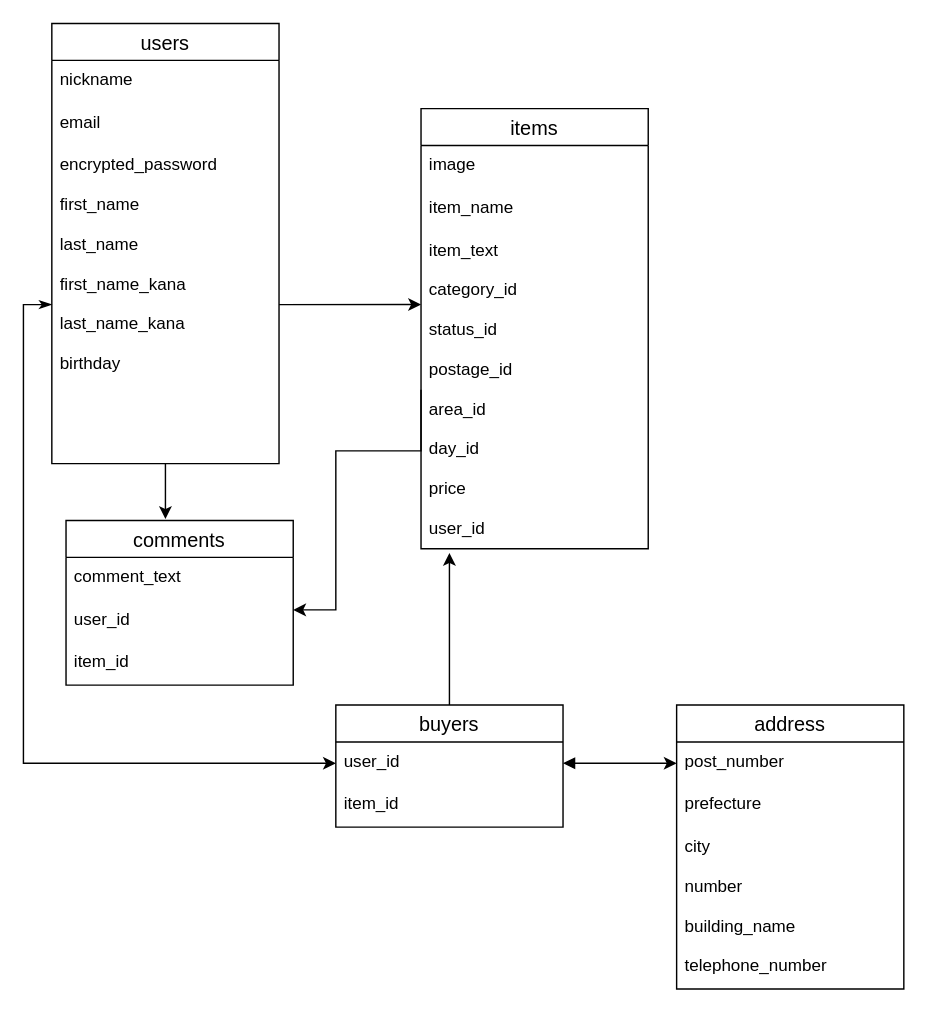
The draw.io diagram ER.dio in iwamottyan/furima-35510, before the edit. Source tidied: cells renumbered, new cells numbered last; positions are measured from the earlier drawing's top-left corner, leaving out a move shared by most shapes. Both pictures are drawn from the tidied source at 142%, with x=0, y=0 at pixel (23, 23).
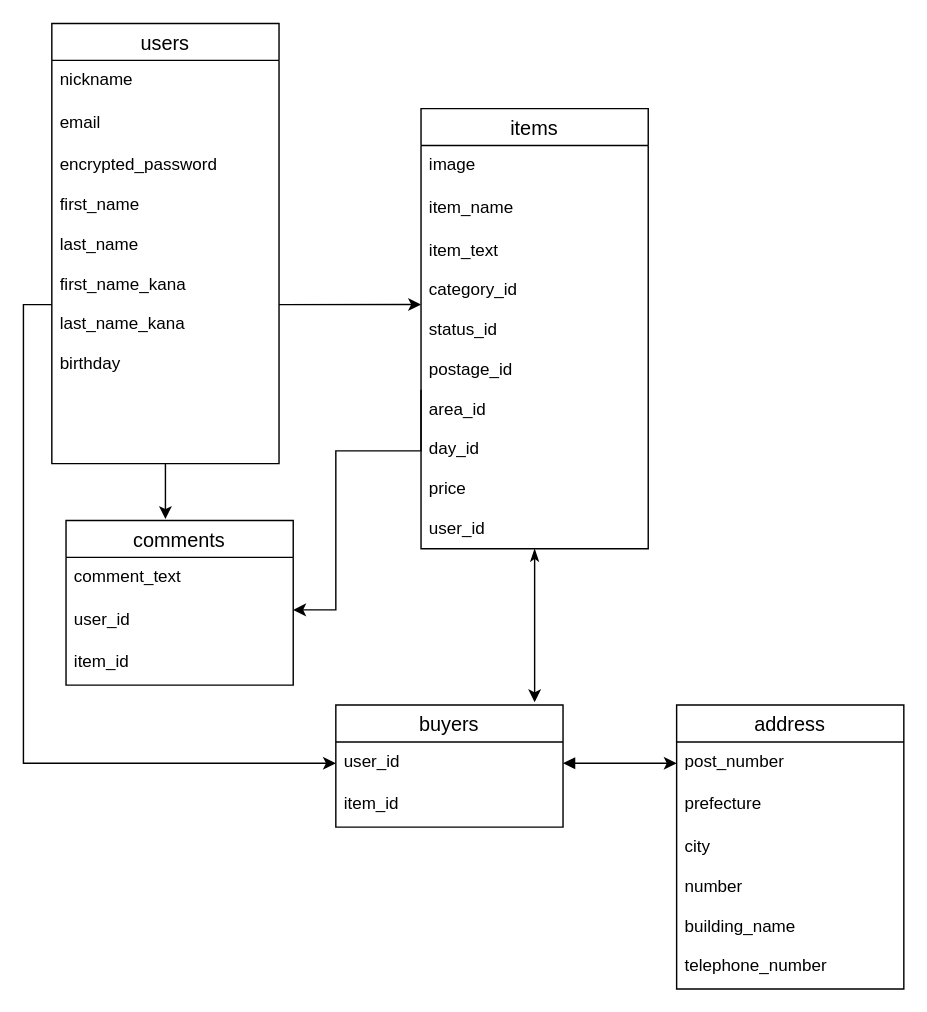
The same page after the edit.

Commit message (it also covers changes not shown here):
データベース設計再提出５

The change refers to these unchanged cells:
```xml
<mxCell id="10" value="item_text&#10;&#10;category_id&#10;&#10;status_id&#10;&#10;postage_id&#10;&#10;area_id&#10;&#10;day_id&#10;&#10;price&#10;&#10;user_id" style="text;strokeColor=none;fillColor=none;spacingLeft=4;spacingRight=4;overflow=hidden;points=[[0,0.5],[1,0.5]];portConstraint=eastwest;fontSize=12;" parent="7" vertex="1">
  <mxGeometry y="86" width="160" height="224" as="geometry" />
</mxCell>
<mxCell id="17" value="buyers" style="swimlane;fontStyle=0;horizontal=1;startSize=26;align=center;fontSize=14;" parent="1" vertex="1">
  <mxGeometry x="220" y="480" width="160" height="86" as="geometry" />
</mxCell>
<mxCell id="18" value="user_id" style="text;strokeColor=none;fillColor=none;spacingLeft=4;spacingRight=4;overflow=hidden;points=[[0,0.5],[1,0.5]];portConstraint=eastwest;fontSize=12;" parent="17" vertex="1">
  <mxGeometry y="26" width="160" height="30" as="geometry" />
</mxCell>
```

Diff of the diagram source:
```diff
@@
+    <mxCell id="27" style="edgeStyle=none;rounded=0;jettySize=auto;html=1;exitX=0.5;exitY=1;exitDx=0;exitDy=0;entryX=0.875;entryY=-0.023;entryDx=0;entryDy=0;entryPerimeter=0;startArrow=classicThin;startFill=1;exitPerimeter=0;" parent="1" edge="1" source="10" target="17">
+      <mxGeometry relative="1" as="geometry" />
+    </mxCell>
@@
-    <mxCell id="16" style="edgeStyle=none;rounded=0;jettySize=auto;html=1;entryX=0.125;entryY=1.013;entryDx=0;entryDy=0;entryPerimeter=0;startArrow=none;startFill=0;" parent="1" edge="1" source="17" target="10">
-      <mxGeometry relative="1" as="geometry" />
-    </mxCell>
@@
-    <mxCell id="25" style="edgeStyle=none;rounded=0;jettySize=auto;html=1;startArrow=classicThin;startFill=1;entryX=0;entryY=0.5;entryDx=0;entryDy=0;" parent="1" edge="1" target="18">
+    <mxCell id="25" style="edgeStyle=none;rounded=0;jettySize=auto;html=1;startArrow=none;startFill=0;entryX=0;entryY=0.5;entryDx=0;entryDy=0;" parent="1" edge="1" target="18">
       <mxGeometry relative="1" as="geometry">
         <mxPoint x="20" y="198" as="sourcePoint" />
         <Array as="points">
           <mxPoint y="198" />
           <mxPoint y="521" />
         </Array>
       </mxGeometry>
     </mxCell>
```
